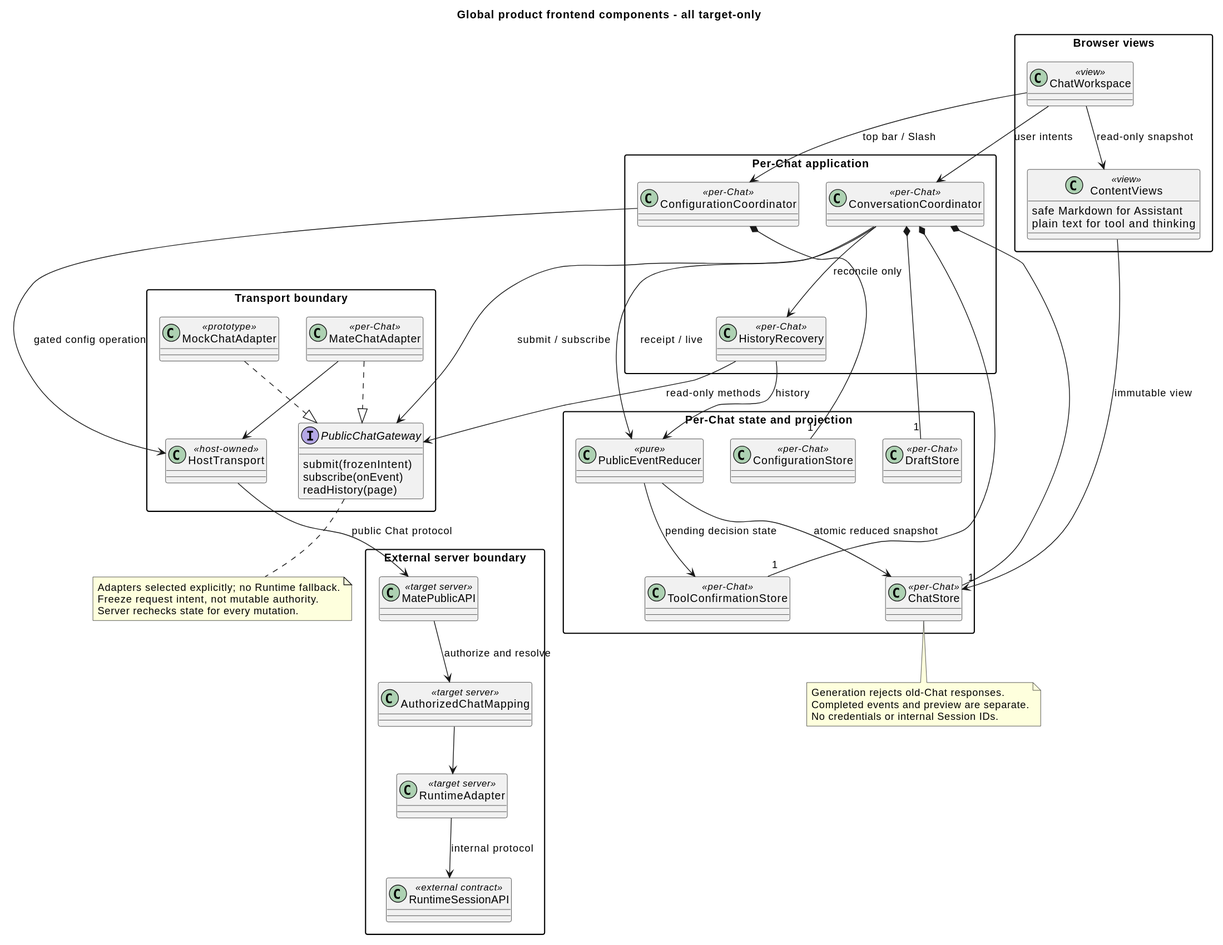
Before: 01-总体架构/04-CampusClaw前端体验/target_frontend_components.svg, a diagram exported from PlantUML (ssm0808/pi-mono-java-design).
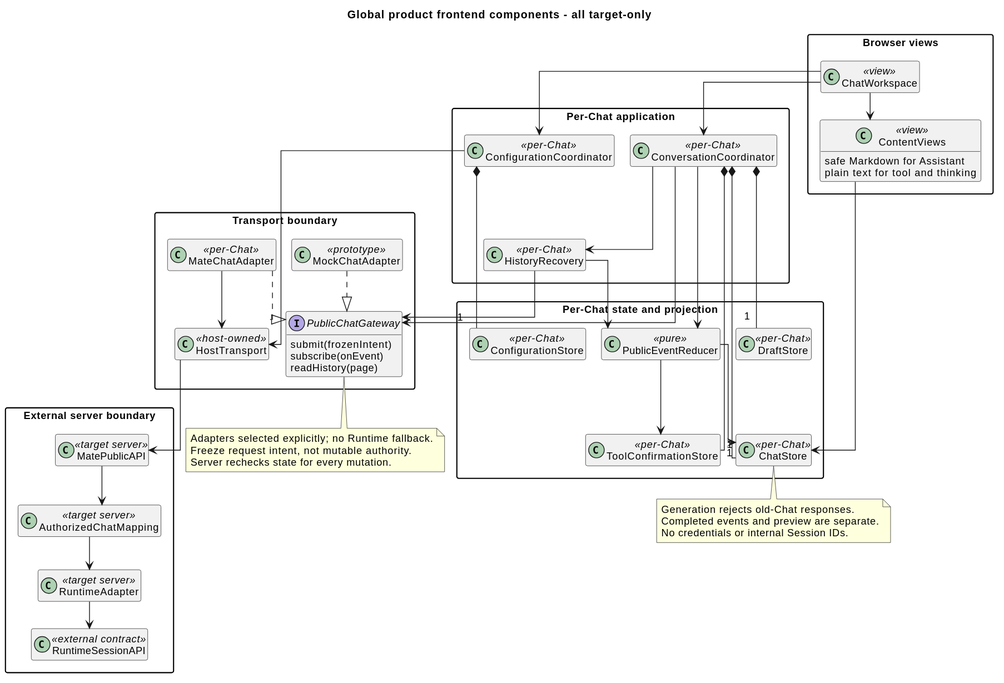
Later version of the same file.

The edit, as a diff of the source:
```diff
@@ -1,8 +1,16 @@
 @startuml
-title Global product frontend components - all target-only
 top to bottom direction
+skinparam backgroundColor white
+skinparam shadowing false
+skinparam defaultFontName SansSerif
+skinparam defaultFontSize 13
 skinparam classAttributeIconSize 0
 skinparam packageStyle rectangle
+skinparam nodesep 20
+skinparam ranksep 35
+skinparam linetype ortho
+hide empty members
+title Global product frontend components - all target-only
 package "Browser views" {
   class ChatWorkspace <<view>>
   class ContentViews <<view>> {
@@ -38,29 +46,29 @@
   class RuntimeAdapter <<target server>>
   class RuntimeSessionAPI <<external contract>>
 }
-ChatWorkspace --> ConversationCoordinator : user intents
-ChatWorkspace --> ConfigurationCoordinator : top bar / Slash
-ChatWorkspace --> ContentViews : read-only snapshot
+ChatWorkspace --> ConversationCoordinator
+ChatWorkspace --> ConfigurationCoordinator
+ChatWorkspace --> ContentViews
 ConversationCoordinator *-- "1" DraftStore
 ConversationCoordinator *-- "1" ToolConfirmationStore
 ConversationCoordinator *-- "1" ChatStore
-ConversationCoordinator --> PublicChatGateway : submit / subscribe
-ConversationCoordinator --> HistoryRecovery : reconcile only
-HistoryRecovery --> PublicChatGateway : read-only methods
-HistoryRecovery --> PublicEventReducer : history
-ConversationCoordinator --> PublicEventReducer : receipt / live
-PublicEventReducer --> ChatStore : atomic reduced snapshot
-PublicEventReducer --> ToolConfirmationStore : pending decision state
-ContentViews --> ChatStore : immutable view
+ConversationCoordinator --> PublicChatGateway
+ConversationCoordinator --> HistoryRecovery
+HistoryRecovery --> PublicChatGateway
+HistoryRecovery --> PublicEventReducer
+ConversationCoordinator --> PublicEventReducer
+PublicEventReducer --> ChatStore
+PublicEventReducer --> ToolConfirmationStore
+ContentViews --> ChatStore
 ConfigurationCoordinator *-- "1" ConfigurationStore
-ConfigurationCoordinator --> HostTransport : gated config operation
+ConfigurationCoordinator --> HostTransport
 MateChatAdapter ..|> PublicChatGateway
 MockChatAdapter ..|> PublicChatGateway
 MateChatAdapter --> HostTransport
-HostTransport --> MatePublicAPI : public Chat protocol
-MatePublicAPI --> AuthorizedChatMapping : authorize and resolve
+HostTransport --> MatePublicAPI
+MatePublicAPI --> AuthorizedChatMapping
 AuthorizedChatMapping --> RuntimeAdapter
-RuntimeAdapter --> RuntimeSessionAPI : internal protocol
+RuntimeAdapter --> RuntimeSessionAPI
 note bottom of PublicChatGateway
 Adapters selected explicitly; no Runtime fallback.
 Freeze request intent, not mutable authority.
```
